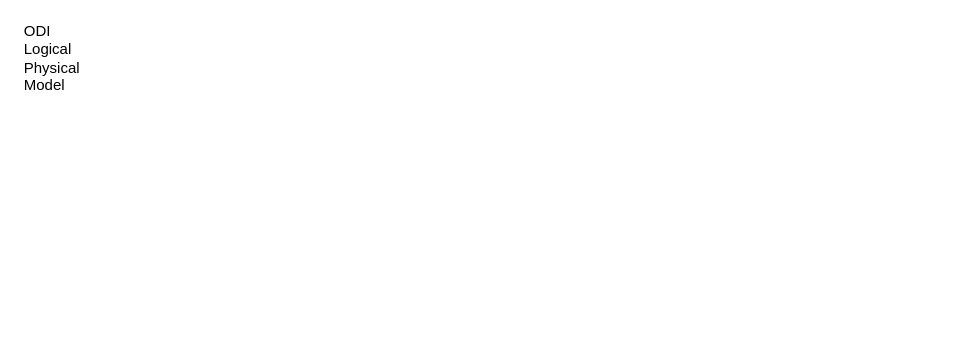
thh6282/draw-in-drawio keeps this draw.io diagram as ODI.drawio. Above is the earlier version. Source tidied: cells renumbered, new cells numbered last; positions are measured from the earlier drawing's top-left corner, leaving out a move shared by most shapes. Both pictures are drawn from the tidied source at 125%, with x=0, y=0 at pixel (21, 39).
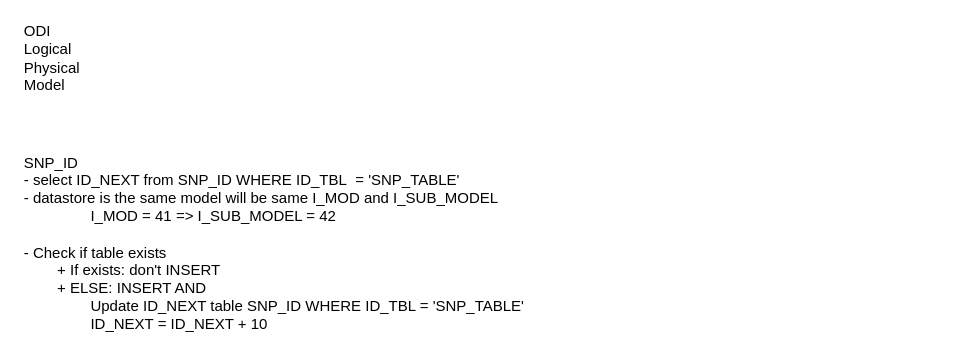
Above is the later version.

Change to the diagram source:
```diff
@@
 <mxGraphModel>
   <root>
     <mxCell id="0" />
     <mxCell id="1" parent="0" />
     <mxCell id="2" value="ODI&lt;div&gt;Logical&lt;/div&gt;&lt;div&gt;Physical&lt;/div&gt;&lt;div&gt;Model&lt;/div&gt;" style="text;html=1;align=left;verticalAlign=middle;whiteSpace=wrap;rounded=0;" parent="1" vertex="1">
       <mxGeometry width="732" height="30" as="geometry" />
     </mxCell>
+    <mxCell id="3" value="&lt;div&gt;SNP_ID&lt;/div&gt;&lt;div&gt;- select ID_NEXT from SNP_ID WHERE ID_TBL&amp;nbsp; = 'SNP_TABLE'&lt;/div&gt;&lt;div&gt;- datastore is the same model will be same I_MOD and I_SUB_MODEL&lt;/div&gt;&lt;div&gt;&lt;span style=&quot;white-space: normal;&quot;&gt;&lt;span style=&quot;white-space:pre&quot;&gt;&#9;&#9;&lt;/span&gt;I_MOD = 41 =&amp;gt; I_SUB_MODEL = 42&lt;/span&gt;&lt;/div&gt;&lt;div&gt;&lt;br&gt;&lt;/div&gt;&lt;div&gt;- Check if table exists&lt;/div&gt;&lt;div&gt;&lt;span style=&quot;white-space: normal;&quot;&gt;&lt;span style=&quot;white-space:pre&quot;&gt;&#9;&lt;/span&gt;+ If exists: don't INSERT&lt;/span&gt;&lt;/div&gt;&lt;div&gt;&lt;span style=&quot;white-space: normal;&quot;&gt;&lt;span style=&quot;white-space:pre&quot;&gt;&#9;&lt;/span&gt;+ ELSE: INSERT AND&amp;nbsp;&lt;/span&gt;&lt;/div&gt;&lt;div&gt;&lt;span style=&quot;white-space: normal;&quot;&gt;&lt;span style=&quot;white-space:pre&quot;&gt;&#9;&#9;&lt;/span&gt;Update ID_NEXT table SNP_ID WHERE ID_TBL = 'SNP_TABLE'&lt;/span&gt;&lt;/div&gt;&lt;div&gt;&lt;span style=&quot;white-space: normal;&quot;&gt;&lt;span style=&quot;white-space:pre&quot;&gt;&#9;&#9;&lt;/span&gt;ID_NEXT = ID_NEXT + 10&lt;/span&gt;&lt;/div&gt;" style="text;html=1;align=left;verticalAlign=middle;whiteSpace=wrap;rounded=0;" parent="1" vertex="1">
+      <mxGeometry y="148" width="726" height="30" as="geometry" />
+    </mxCell>
   </root>
 </mxGraphModel>
```
